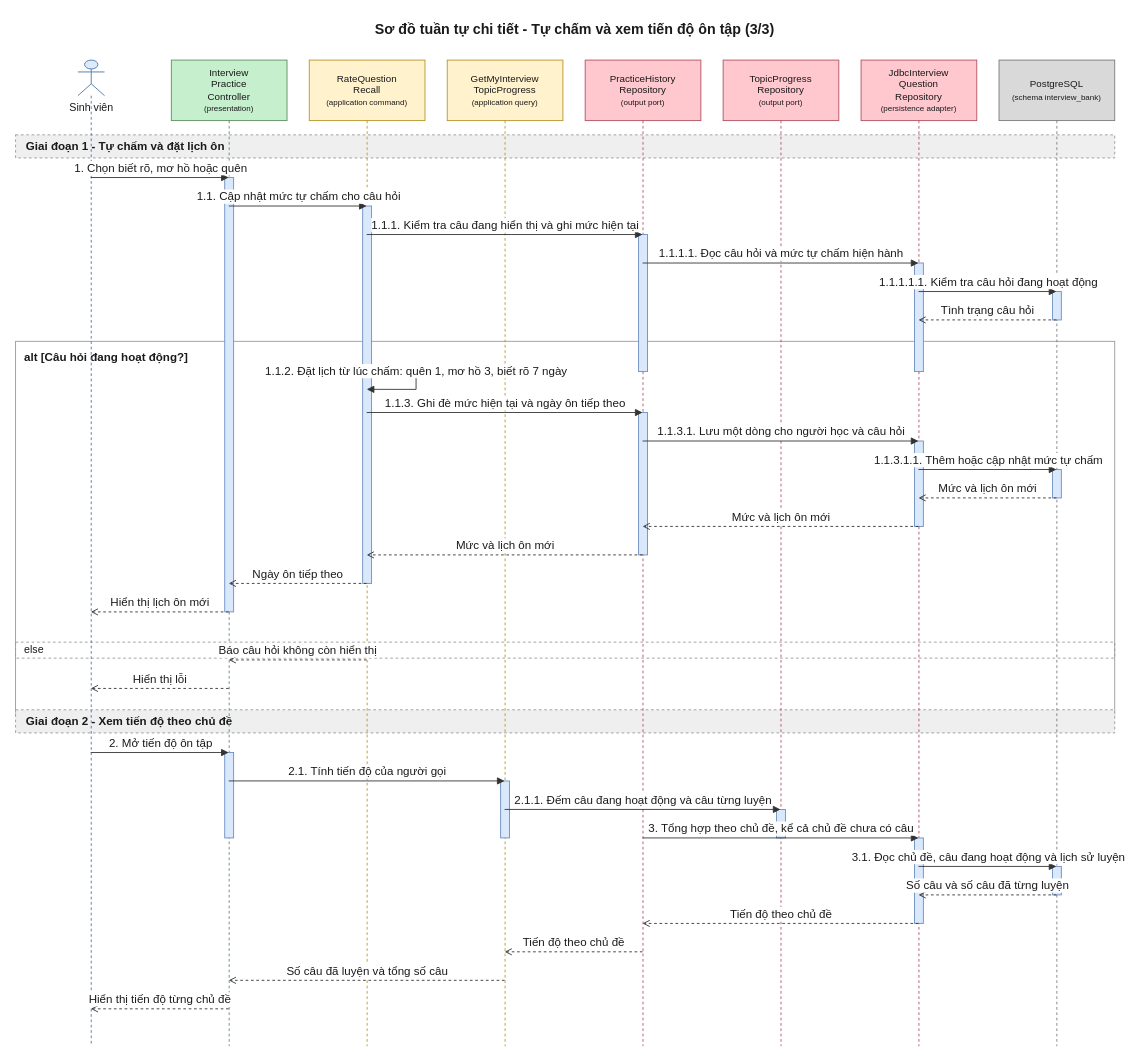
The draw.io diagram 08-diagram/sequence/user/sequence_user_on_tap_luyen_tap_ai_p3.drawio in daiphu1801/PRJ_ALGOPREP, before the edit. Source tidied: cells renumbered, new cells numbered last; positions are measured from the earlier drawing's top-left corner, leaving out a move shared by most shapes. Both pictures are drawn from the tidied source at 89%, with x=0, y=0 at pixel (15, 15).
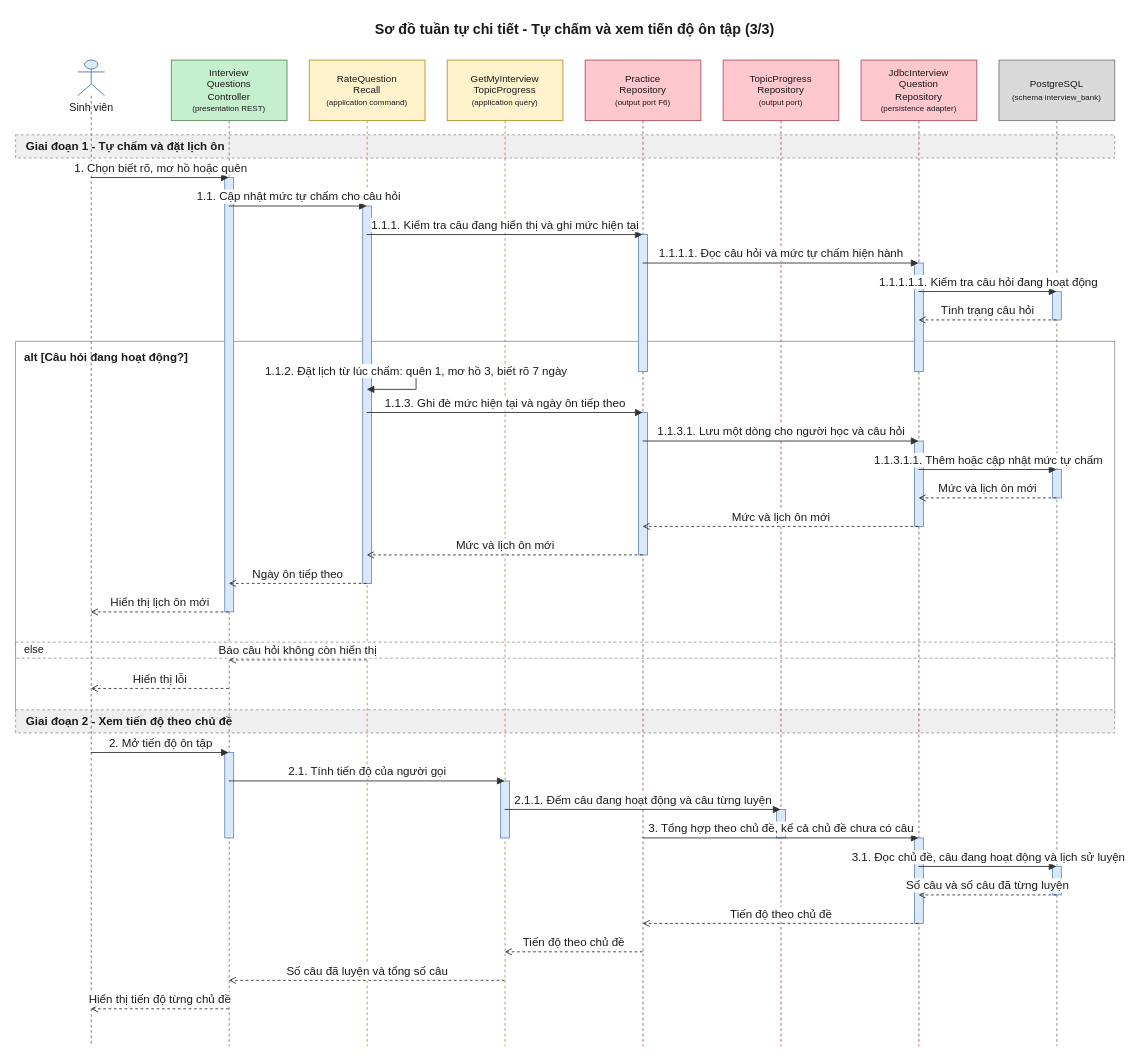
After the change.

Diff of the diagram source:
```diff
@@
-    <mxCell id="8" value="Interview&lt;br&gt;Practice&lt;br&gt;Controller&lt;br&gt;&lt;font style=&quot;font-size:9px&quot;&gt;(presentation)&lt;/font&gt;" style="shape=umlLifeline;perimeter=lifelinePerimeter;whiteSpace=wrap;html=1;outlineConnect=0;size=68;fontSize=11;fillColor=#C6EFCE;strokeColor=#5E8E5E;fontColor=#1A1A1A;" parent="1" vertex="1">
+    <mxCell id="8" value="Interview&lt;br&gt;Questions&lt;br&gt;Controller&lt;br&gt;&lt;font style=&quot;font-size:9px&quot;&gt;(presentation REST)&lt;/font&gt;" style="shape=umlLifeline;perimeter=lifelinePerimeter;whiteSpace=wrap;html=1;outlineConnect=0;size=68;fontSize=11;fillColor=#C6EFCE;strokeColor=#5E8E5E;fontColor=#1A1A1A;" parent="1" vertex="1">
       <mxGeometry x="175" y="50" width="130" height="1108" as="geometry" />
     </mxCell>
@@
-    <mxCell id="11" value="PracticeHistory&lt;br&gt;Repository&lt;br&gt;&lt;font style=&quot;font-size:9px&quot;&gt;(output port)&lt;/font&gt;" style="shape=umlLifeline;perimeter=lifelinePerimeter;whiteSpace=wrap;html=1;outlineConnect=0;size=68;fontSize=11;fillColor=#FFC7CE;strokeColor=#B0525E;fontColor=#1A1A1A;" parent="1" vertex="1">
+    <mxCell id="11" value="Practice&lt;br&gt;Repository&lt;br&gt;&lt;font style=&quot;font-size:9px&quot;&gt;(output port F6)&lt;/font&gt;" style="shape=umlLifeline;perimeter=lifelinePerimeter;whiteSpace=wrap;html=1;outlineConnect=0;size=68;fontSize=11;fillColor=#FFC7CE;strokeColor=#B0525E;fontColor=#1A1A1A;" parent="1" vertex="1">
       <mxGeometry x="640" y="50" width="130" height="1108" as="geometry" />
     </mxCell>
```
